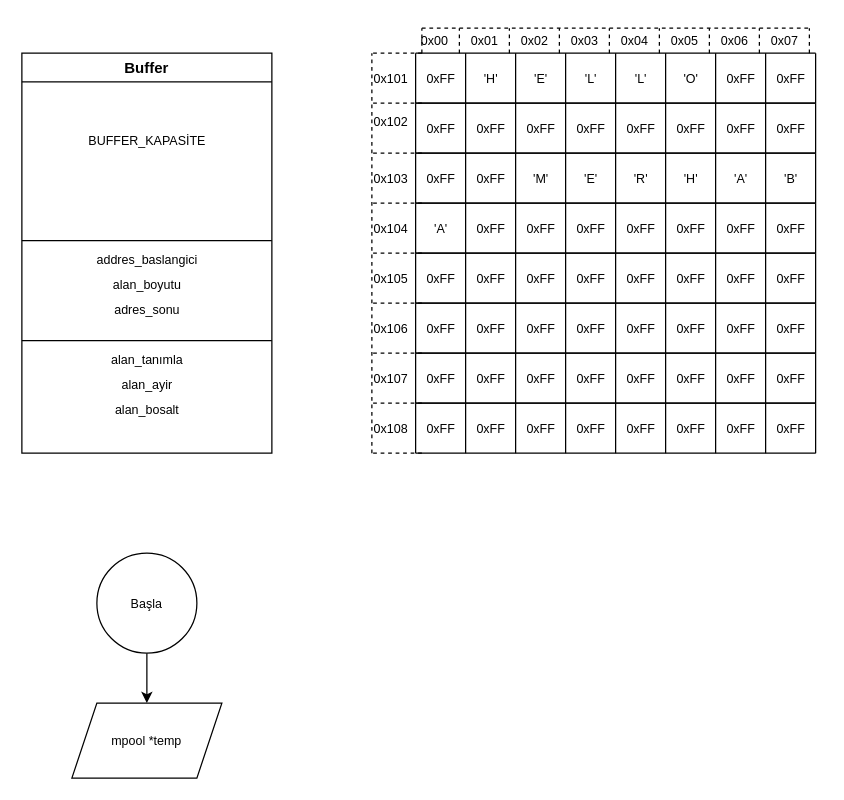
The draw.io diagram Software_Test/Memory_Pool_Block_Diagram.drawio in FurkanAltay61/desktop-tutorial, before the edit. Source tidied: cells renumbered, new cells numbered last; positions are measured from the earlier drawing's top-left corner, leaving out a move shared by most shapes. Both pictures are drawn from the tidied source at 125%, with x=0, y=0 at pixel (21, 21).
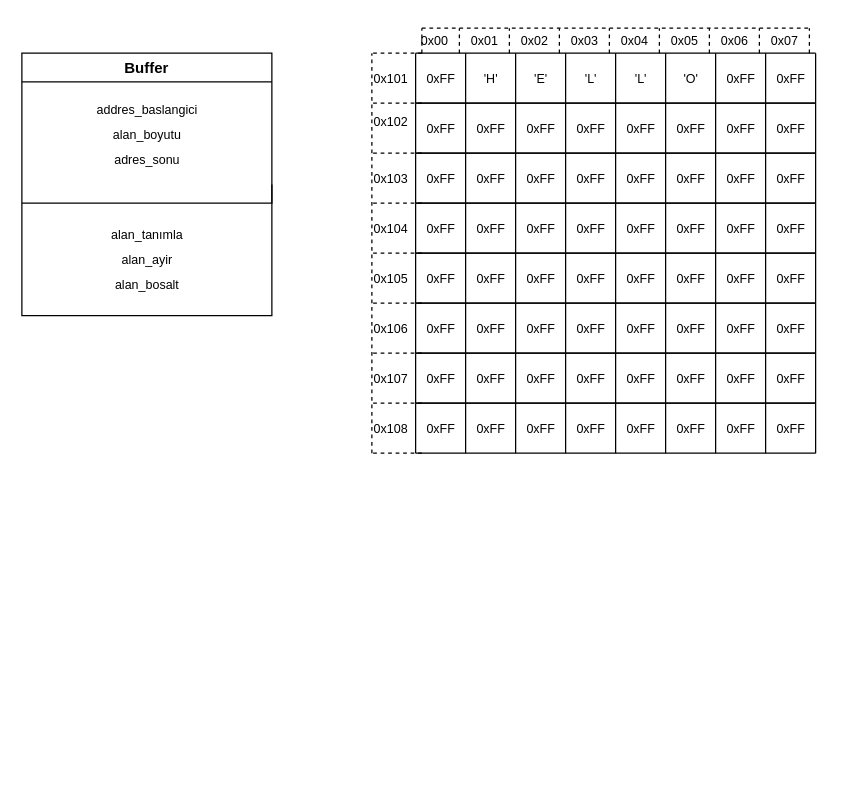
The same diagram, later.

Commit message:
Memory Pool Block Diagram

Unchanged cells that the change refers to:
```xml
<mxCell id="33" style="group;" parent="12" vertex="1">
  <mxGeometry y="80" width="330" height="40" as="geometry" />
</mxCell>
<mxCell id="53" style="group;" parent="12" vertex="1">
  <mxGeometry y="120" width="330" height="40" as="geometry" />
</mxCell>
```

Change to the diagram source:
```diff
@@
     <mxCell id="2" value="Buffer" style="swimlane;" parent="1" vertex="1">
-      <mxGeometry y="25" width="200" height="320" as="geometry" />
+      <mxGeometry y="25" width="200" height="210" as="geometry" />
     </mxCell>
     <mxCell id="3" value="&lt;span style=&quot;font-size: 10px;&quot;&gt;alan_boyutu&lt;/span&gt;" style="text;html=1;align=center;verticalAlign=middle;strokeColor=none;fillColor=none;" parent="2" vertex="1">
-      <mxGeometry x="60" y="170" width="80" height="30" as="geometry" />
+      <mxGeometry x="60" y="50" width="80" height="30" as="geometry" />
     </mxCell>
     <mxCell id="4" value="&lt;span style=&quot;font-size: 10px;&quot;&gt;addres_baslangici&lt;/span&gt;" style="text;html=1;align=center;verticalAlign=middle;strokeColor=none;fillColor=none;" parent="2" vertex="1">
-      <mxGeometry x="50" y="150" width="100" height="30" as="geometry" />
+      <mxGeometry x="50" y="30" width="100" height="30" as="geometry" />
     </mxCell>
     <mxCell id="5" value="&lt;span style=&quot;font-size: 10px;&quot;&gt;adres_sonu&lt;/span&gt;" style="text;html=1;align=center;verticalAlign=middle;strokeColor=none;fillColor=none;" parent="2" vertex="1">
-      <mxGeometry x="60" y="190" width="80" height="30" as="geometry" />
+      <mxGeometry x="60" y="70" width="80" height="30" as="geometry" />
     </mxCell>
     <mxCell id="6" value="alan_tanımla" style="text;html=1;align=center;verticalAlign=middle;strokeColor=none;fillColor=none;fontSize=10;" parent="2" vertex="1">
-      <mxGeometry x="60" y="230" width="80" height="30" as="geometry" />
+      <mxGeometry x="60" y="130" width="80" height="30" as="geometry" />
     </mxCell>
     <mxCell id="7" value="alan_ayir" style="text;html=1;align=center;verticalAlign=middle;strokeColor=none;fillColor=none;fontSize=10;" parent="2" vertex="1">
-      <mxGeometry x="70" y="250" width="60" height="30" as="geometry" />
+      <mxGeometry x="70" y="150" width="60" height="30" as="geometry" />
     </mxCell>
     <mxCell id="8" value="alan_bosalt" style="text;html=1;align=center;verticalAlign=middle;strokeColor=none;fillColor=none;fontSize=10;" parent="2" vertex="1">
-      <mxGeometry x="65" y="270" width="70" height="30" as="geometry" />
+      <mxGeometry x="65" y="170" width="70" height="30" as="geometry" />
     </mxCell>
-    <mxCell id="9" style="endArrow=none;html=1;rounded=0;" parent="2" edge="1">
-      <mxGeometry relative="1" as="geometry">
-        <mxPoint y="150" as="sourcePoint" />
-        <mxPoint x="200" y="150" as="targetPoint" />
-      </mxGeometry>
-    </mxCell>
-    <mxCell id="10" value="BUFFER_KAPASİTE" style="text;html=1;align=center;verticalAlign=middle;strokeColor=none;fillColor=none;fontSize=10;" parent="2" vertex="1">
-      <mxGeometry x="40" y="55" width="120" height="30" as="geometry" />
-    </mxCell>
-    <mxCell id="11" style="endArrow=none;html=1;rounded=0;" parent="1" edge="1">
+    <mxCell id="11" style="endArrow=none;html=1;rounded=0;entryX=1;entryY=0.5;entryDx=0;entryDy=0;" parent="1" edge="1" target="2">
       <mxGeometry relative="1" as="geometry">
-        <mxPoint y="255" as="sourcePoint" />
-        <mxPoint x="200" y="255" as="targetPoint" />
+        <mxPoint y="145" as="sourcePoint" />
+        <Array as="points">
+          <mxPoint x="200" y="145" />
+        </Array>
       </mxGeometry>
     </mxCell>
@@
-    <mxCell id="47" value="'M'" style="text;html=1;align=center;verticalAlign=middle;strokeColor=none;fillColor=none;fontSize=10;" parent="33" vertex="1">
-      <mxGeometry x="85" y="5" width="40" height="30" as="geometry" />
+    <mxCell id="47" value="0xFF" style="text;html=1;align=center;verticalAlign=middle;strokeColor=none;fillColor=none;fontSize=10;" parent="33" vertex="1">
+      <mxGeometry x="80" y="5" width="50" height="30" as="geometry" />
     </mxCell>
-    <mxCell id="48" value="'E'" style="text;html=1;align=center;verticalAlign=middle;strokeColor=none;fillColor=none;fontSize=10;" parent="33" vertex="1">
-      <mxGeometry x="130" y="5" width="30" height="30" as="geometry" />
+    <mxCell id="48" value="0xFF" style="text;html=1;align=center;verticalAlign=middle;strokeColor=none;fillColor=none;fontSize=10;" parent="33" vertex="1">
+      <mxGeometry x="120" y="5" width="50" height="30" as="geometry" />
     </mxCell>
-    <mxCell id="49" value="'R'" style="text;html=1;align=center;verticalAlign=middle;strokeColor=none;fillColor=none;fontSize=10;" parent="33" vertex="1">
-      <mxGeometry x="170" y="5" width="30" height="30" as="geometry" />
+    <mxCell id="49" value="0xFF" style="text;html=1;align=center;verticalAlign=middle;strokeColor=none;fillColor=none;fontSize=10;" parent="33" vertex="1">
+      <mxGeometry x="160" y="5" width="50" height="30" as="geometry" />
     </mxCell>
-    <mxCell id="50" value="'H'" style="text;html=1;align=center;verticalAlign=middle;strokeColor=none;fillColor=none;fontSize=10;" parent="33" vertex="1">
-      <mxGeometry x="210" y="5" width="30" height="30" as="geometry" />
+    <mxCell id="50" value="0xFF" style="text;html=1;align=center;verticalAlign=middle;strokeColor=none;fillColor=none;fontSize=10;" parent="33" vertex="1">
+      <mxGeometry x="200" y="5" width="50" height="30" as="geometry" />
     </mxCell>
-    <mxCell id="51" value="'A'" style="text;html=1;align=center;verticalAlign=middle;strokeColor=none;fillColor=none;fontSize=10;" parent="33" vertex="1">
-      <mxGeometry x="250" y="5" width="30" height="30" as="geometry" />
+    <mxCell id="51" value="0xFF" style="text;html=1;align=center;verticalAlign=middle;strokeColor=none;fillColor=none;fontSize=10;" parent="33" vertex="1">
+      <mxGeometry x="240" y="5" width="50" height="30" as="geometry" />
     </mxCell>
-    <mxCell id="52" value="'B'" style="text;html=1;align=center;verticalAlign=middle;strokeColor=none;fillColor=none;fontSize=10;" parent="33" vertex="1">
-      <mxGeometry x="290" y="5" width="30" height="30" as="geometry" />
+    <mxCell id="52" value="0xFF" style="text;html=1;align=center;verticalAlign=middle;strokeColor=none;fillColor=none;fontSize=10;" parent="33" vertex="1">
+      <mxGeometry x="280" y="5" width="50" height="30" as="geometry" />
     </mxCell>
@@
-    <mxCell id="65" value="'A'" style="text;html=1;align=center;verticalAlign=middle;strokeColor=none;fillColor=none;fontSize=10;" parent="53" vertex="1">
-      <mxGeometry x="10" y="5" width="30" height="30" as="geometry" />
+    <mxCell id="65" value="0xFF" style="text;html=1;align=center;verticalAlign=middle;strokeColor=none;fillColor=none;fontSize=10;" parent="53" vertex="1">
+      <mxGeometry y="5" width="50" height="30" as="geometry" />
     </mxCell>
@@
-    <mxCell id="209" style="edgeStyle=orthogonalEdgeStyle;rounded=0;jettySize=auto;html=1;fontSize=10;" parent="1" edge="1" source="210" target="211">
-      <mxGeometry relative="1" as="geometry" />
-    </mxCell>
-    <mxCell id="210" value="Başla" style="ellipse;whiteSpace=wrap;html=1;fontSize=10;" parent="1" vertex="1">
-      <mxGeometry x="60" y="425" width="80" height="80" as="geometry" />
-    </mxCell>
-    <mxCell id="211" value="mpool *temp" style="shape=parallelogram;perimeter=parallelogramPerimeter;whiteSpace=wrap;html=1;fixedSize=1;fontSize=10;" parent="1" vertex="1">
-      <mxGeometry x="40" y="545" width="120" height="60" as="geometry" />
-    </mxCell>
```
